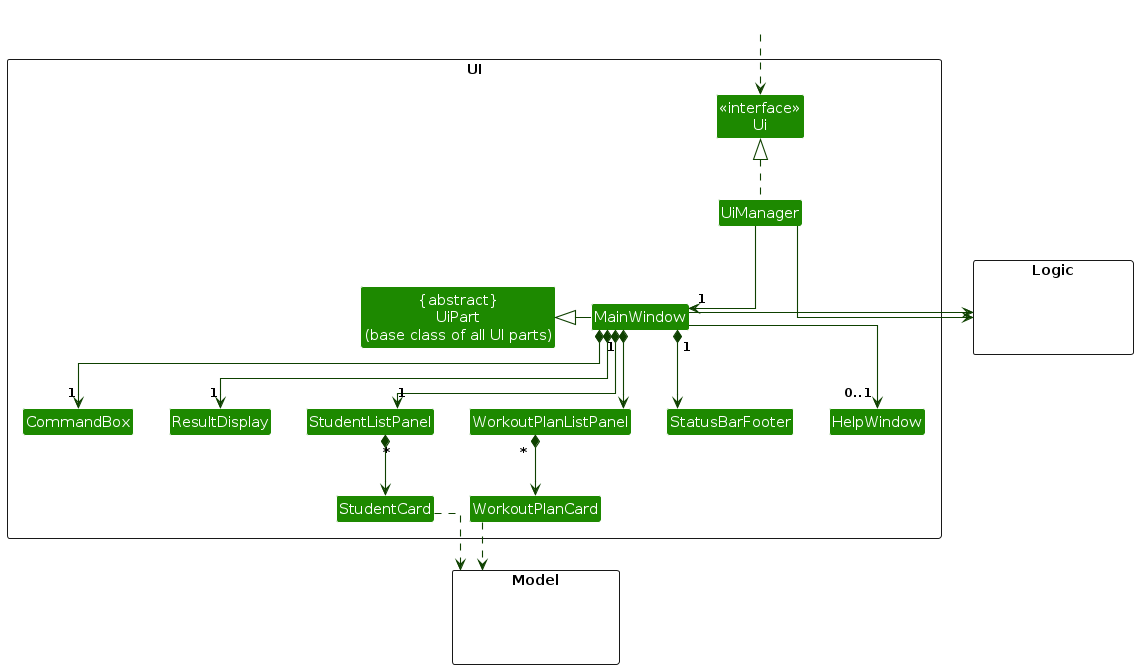
This is diagrams/UiClassDiagram.png from AY2627S1-CS2103T-T11-4/tp, a PlantUML export, as it was before one commit. Its source is kept beside it as diagrams/UiClassDiagram.puml.
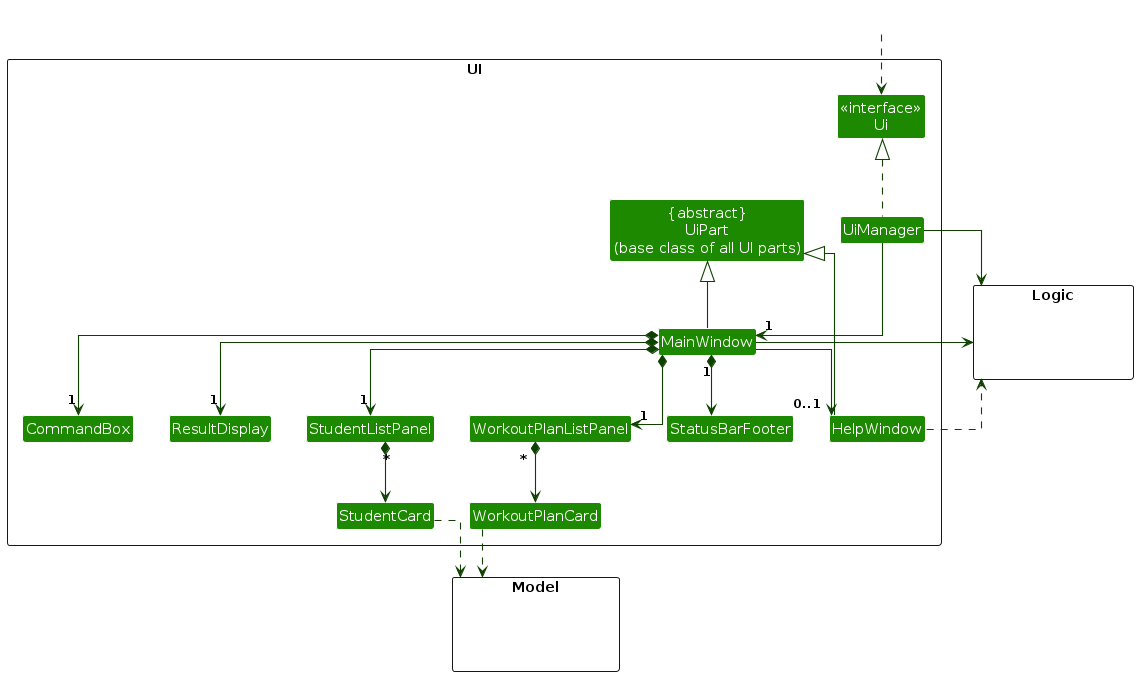
The same diagram one commit later.

The edit, as a diff of the source:
```diff
@@ -35,14 +35,15 @@
 UiManager .up.|> Ui
 UiManager -down-> "1" MainWindow
 
-MainWindow -left-|> UiPart
+MainWindow -up-|> UiPart
+HelpWindow -up-|> UiPart
 
 MainWindow *-down-> "1" CommandBox
 MainWindow *-down-> "1" ResultDisplay
 MainWindow *-down-> "1" StudentListPanel
 MainWindow *-down-> "1" WorkoutPlanListPanel
 MainWindow *-down-> "1" StatusBarFooter
-MainWindow --> "0..1" HelpWindow
+MainWindow -down-> "0..1" HelpWindow
 
 StudentListPanel *-down-> "*" StudentCard
 WorkoutPlanListPanel *-down-> "*" WorkoutPlanCard
@@ -51,12 +52,12 @@
 WorkoutPlanCard ..> Model
 UiManager -right-> Logic
 MainWindow -right-> Logic
+HelpWindow .up.> Logic
 
 CommandBox -[hidden]right- ResultDisplay
 ResultDisplay -[hidden]right- StudentListPanel
 StudentListPanel -[hidden]right- WorkoutPlanListPanel
 WorkoutPlanListPanel -[hidden]right- StatusBarFooter
-StatusBarFooter -[hidden]right- HelpWindow
 StudentCard -[hidden]right- WorkoutPlanCard
 
 @enduml
```
